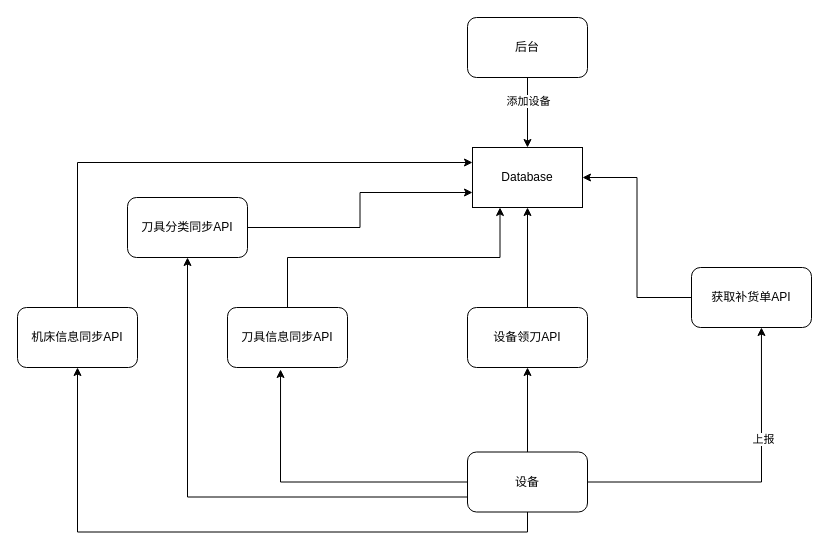
Earlier version of the draw.io diagram 补货API.drawio (mandarenmanman/apidoc). Source tidied: cells renumbered, new cells numbered last; positions are measured from the earlier drawing's top-left corner, leaving out a move shared by most shapes. Both pictures are drawn from the tidied source at 100%, with x=0, y=0 at pixel (17, 17).
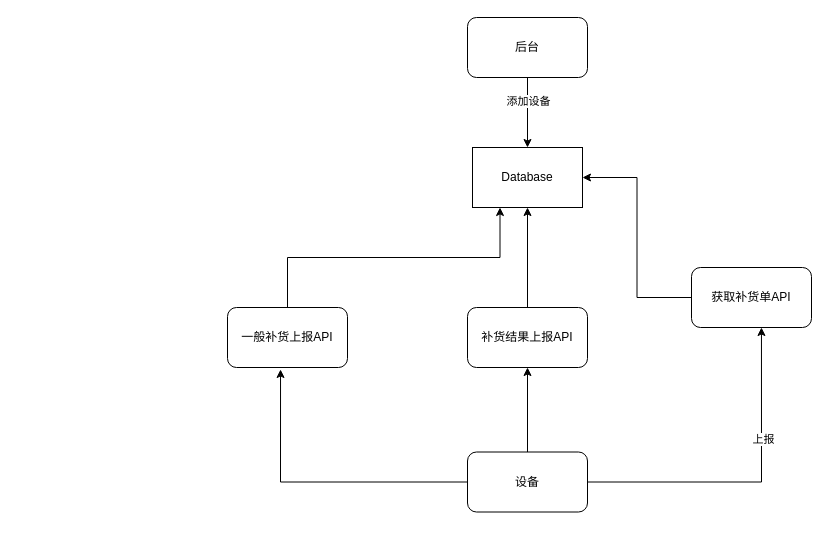
Above is the later version.

The change refers to these unchanged cells:
```xml
<mxCell id="3" value="Database" style="rounded=0;whiteSpace=wrap;html=1;" parent="1" vertex="1">
  <mxGeometry x="455" y="130" width="110" height="60" as="geometry" />
</mxCell>
<mxCell id="11" value="设备" style="rounded=1;whiteSpace=wrap;html=1;" parent="1" vertex="1">
  <mxGeometry x="450" y="434.5" width="120" height="60" as="geometry" />
</mxCell>
```

Change to the diagram source:
```diff
@@
-    <mxCell id="9" style="edgeStyle=orthogonalEdgeStyle;rounded=0;jettySize=auto;html=1;exitX=0.5;exitY=1;exitDx=0;exitDy=0;entryX=0.5;entryY=1;entryDx=0;entryDy=0;" parent="1" edge="1" source="11" target="20">
-      <mxGeometry relative="1" as="geometry" />
-    </mxCell>
-    <mxCell id="10" style="edgeStyle=orthogonalEdgeStyle;rounded=0;jettySize=auto;html=1;exitX=0;exitY=0.75;exitDx=0;exitDy=0;entryX=0.5;entryY=1;entryDx=0;entryDy=0;" parent="1" edge="1" source="11" target="22">
-      <mxGeometry relative="1" as="geometry" />
-    </mxCell>
@@
-    <mxCell id="13" value="设备领刀API" style="rounded=1;whiteSpace=wrap;html=1;" parent="1" vertex="1">
+    <mxCell id="13" value="补货结果上报API" style="rounded=1;whiteSpace=wrap;html=1;" parent="1" vertex="1">
       <mxGeometry x="450" y="290" width="120" height="60" as="geometry" />
     </mxCell>
@@
-    <mxCell id="18" value="刀具信息同步API" style="rounded=1;whiteSpace=wrap;html=1;" parent="1" vertex="1">
+    <mxCell id="18" value="一般补货上报API" style="rounded=1;whiteSpace=wrap;html=1;" parent="1" vertex="1">
       <mxGeometry x="210" y="290" width="120" height="60" as="geometry" />
     </mxCell>
-    <mxCell id="19" style="edgeStyle=orthogonalEdgeStyle;rounded=0;jettySize=auto;html=1;entryX=0;entryY=0.25;entryDx=0;entryDy=0;" parent="1" edge="1" source="20" target="3">
-      <mxGeometry relative="1" as="geometry">
-        <Array as="points">
-          <mxPoint x="60" y="145" />
-        </Array>
-      </mxGeometry>
-    </mxCell>
-    <mxCell id="20" value="机床信息同步API" style="rounded=1;whiteSpace=wrap;html=1;" parent="1" vertex="1">
-      <mxGeometry y="290" width="120" height="60" as="geometry" />
-    </mxCell>
-    <mxCell id="21" style="edgeStyle=orthogonalEdgeStyle;rounded=0;jettySize=auto;html=1;exitX=1;exitY=0.5;exitDx=0;exitDy=0;entryX=0;entryY=0.75;entryDx=0;entryDy=0;" parent="1" edge="1" source="22" target="3">
-      <mxGeometry relative="1" as="geometry" />
-    </mxCell>
-    <mxCell id="22" value="刀具分类同步API" style="rounded=1;whiteSpace=wrap;html=1;" parent="1" vertex="1">
-      <mxGeometry x="110" y="180" width="120" height="60" as="geometry" />
-    </mxCell>
```
